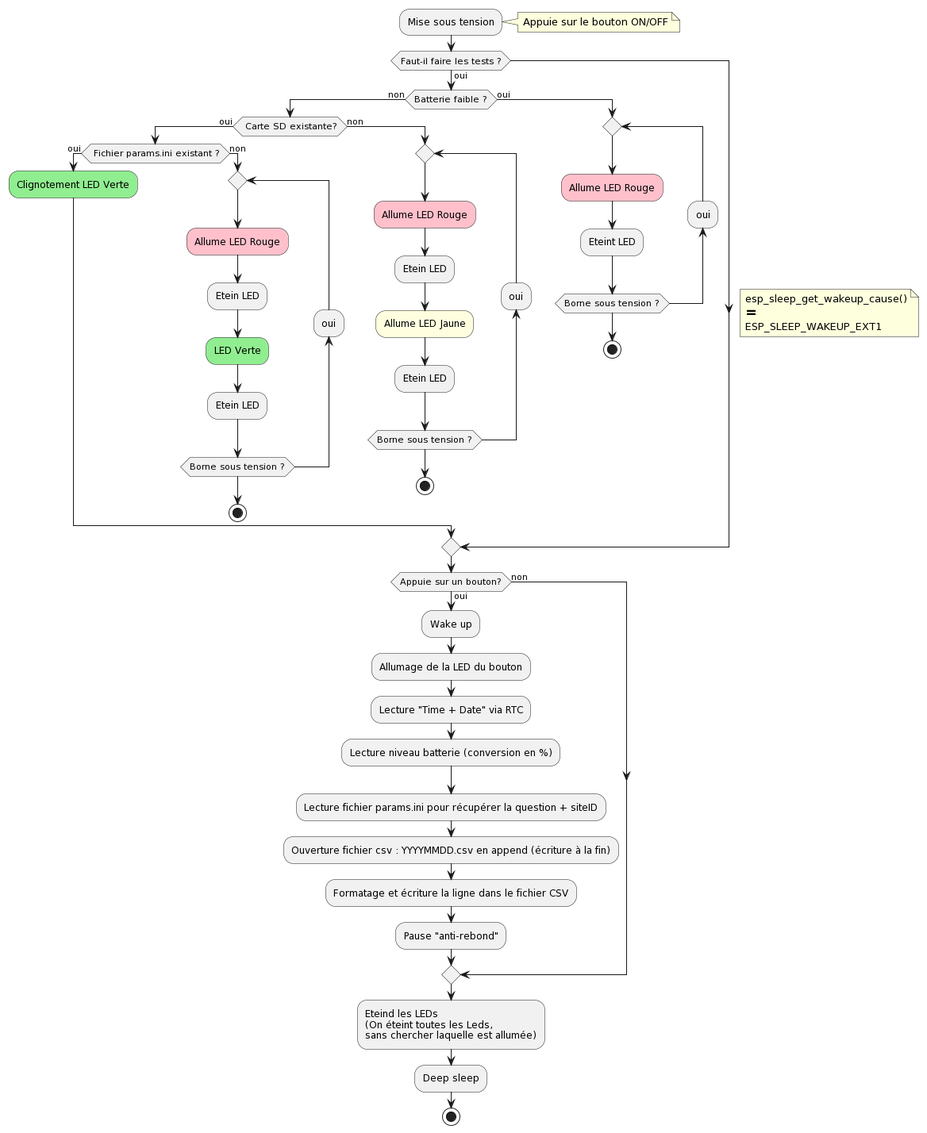
Earlier version of the PlantUML export illustrations/Diagrams.png (AlexP20000/borne-satisfaction).
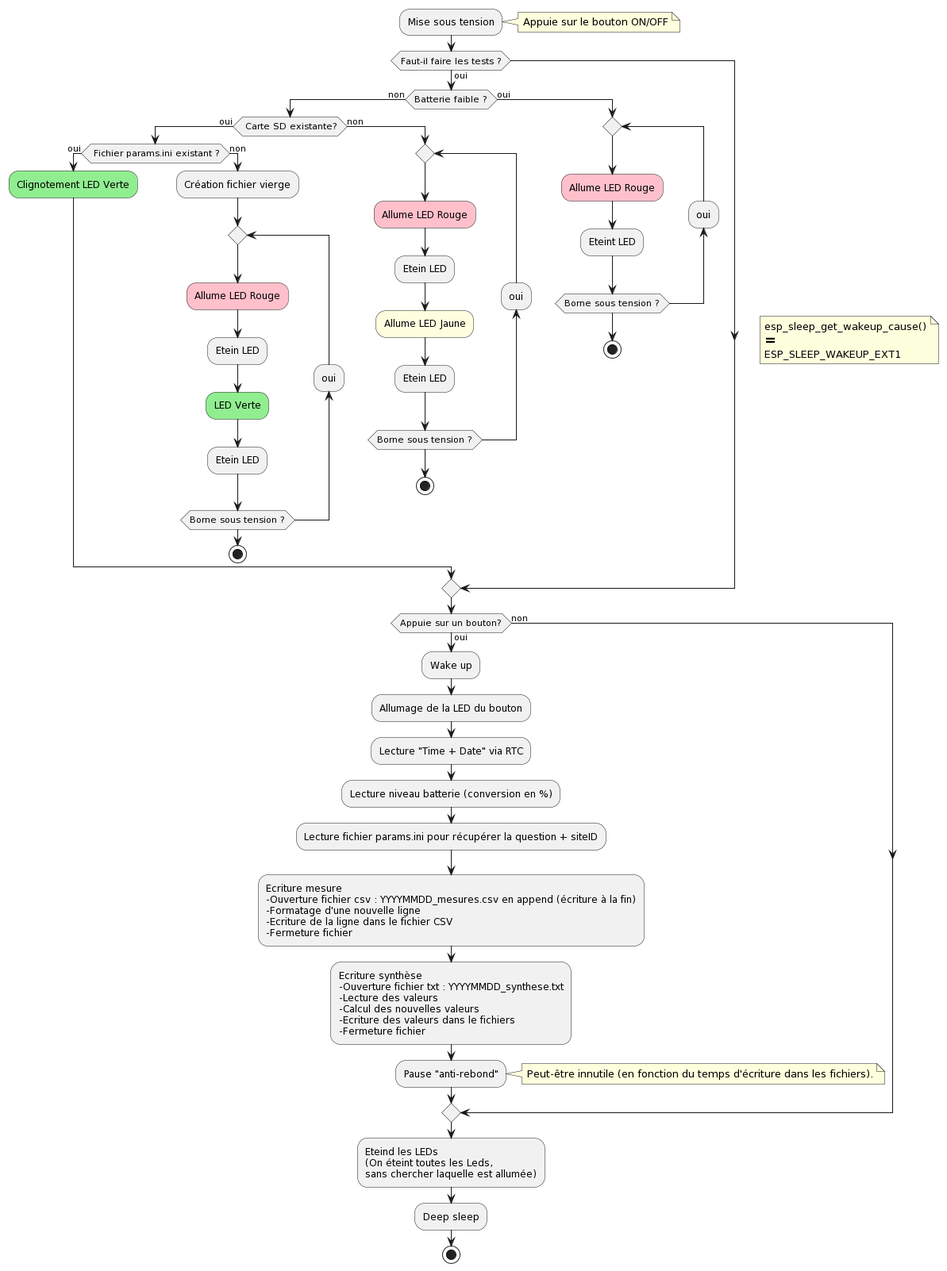
Above is the later version.

Commit message:
Mise à jour de l'algorythme

The edit, as a diff of the source:
```diff
@@ -9,12 +9,13 @@
   ESP_SLEEP_WAKEUP_EXT1
 end note
 
-
   if (Batterie faible ?) then (non)
     if( Carte SD existante?) then (oui)
       if( Fichier params.ini existant ?) then (oui)
         #lightgreen:Clignotement LED Verte;
       else (non)
+       :Création fichier vierge;
+
         repeat
           #pink:Allume LED Rouge;
           :Etein LED;
@@ -50,9 +51,12 @@
   :Lecture "Time + Date" via RTC;
   :Lecture niveau batterie (conversion en %);
   :Lecture fichier params.ini pour récupérer la question + siteID;
-  :Ouverture fichier csv : YYYYMMDD.csv en append (écriture à la fin);
-  :Formatage et écriture la ligne dans le fichier CSV;
+  :Ecriture mesure\n-Ouverture fichier csv : YYYYMMDD_mesures.csv en append (écriture à la fin)\n-Formatage d'une nouvelle ligne\n-Ecriture de la ligne dans le fichier CSV\n-Fermeture fichier;
+  :Ecriture synthèse\n-Ouverture fichier txt : YYYYMMDD_synthese.txt\n-Lecture des valeurs\n-Calcul des nouvelles valeurs\n-Ecriture des valeurs dans le fichiers\n-Fermeture fichier;
   :Pause "anti-rebond";
+    note right
+      Peut-être innutile (en fonction du temps d'écriture dans les fichiers).
+    end note
 else (non)
 endif
 :Eteind les LEDs
```
